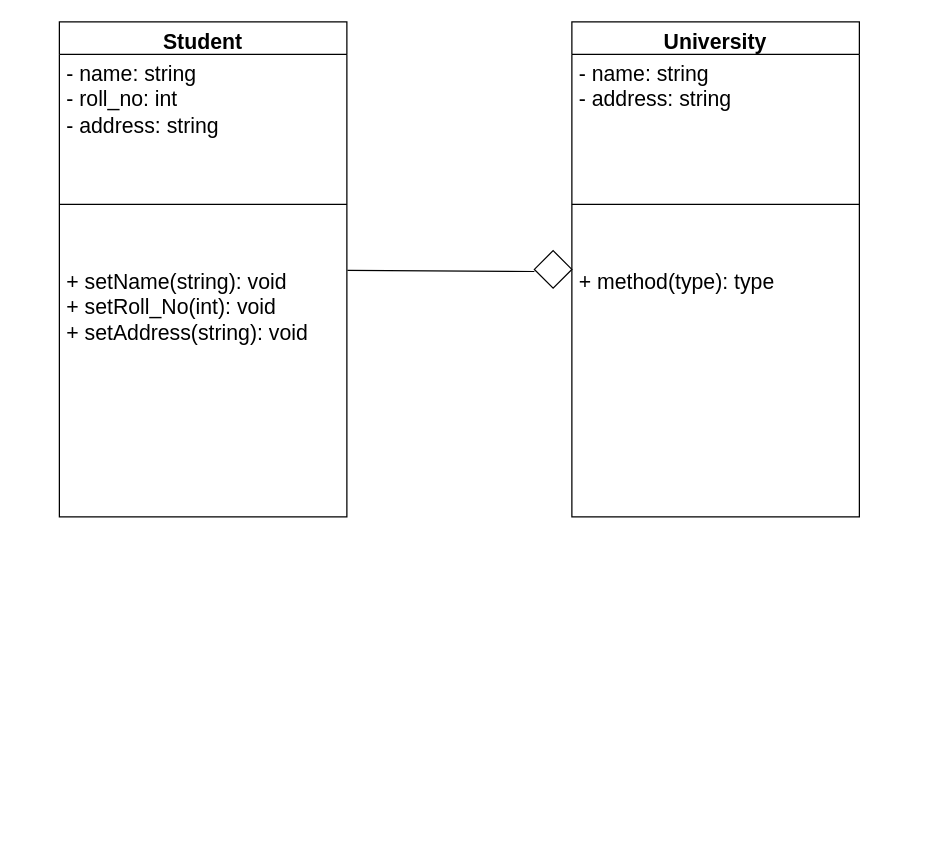
The draw.io diagram umlDiagrams/uml.drawio in ABHINAV1418/uml, before the edit. Source tidied: cells renumbered, new cells numbered last; positions are measured from the earlier drawing's top-left corner, leaving out a move shared by most shapes. Both pictures are drawn from the tidied source at 125%, with x=0, y=0 at pixel (59, 21).
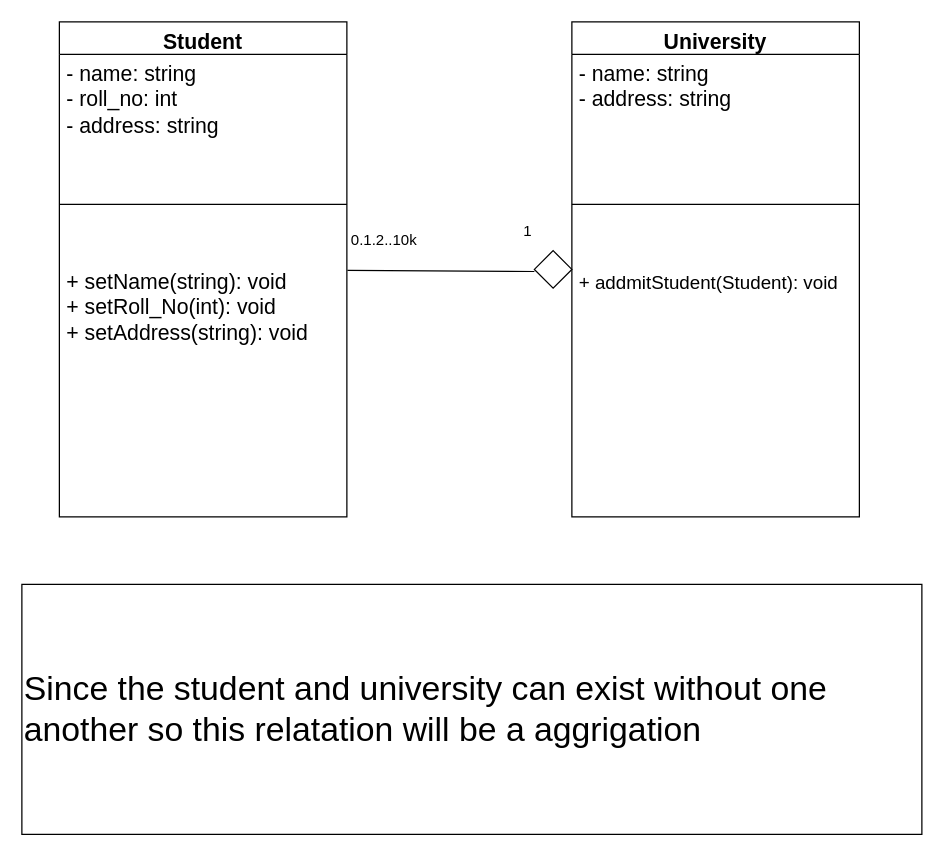
After the change.

Diff of the diagram source:
```diff
@@
 <mxGraphModel>
   <root>
     <mxCell id="0" />
     <mxCell id="1" parent="0" />
     <mxCell id="2" value="Student" style="swimlane;fontStyle=1;align=center;verticalAlign=top;horizontal=1;startSize=26;whiteSpace=wrap;html=1;fontSize=17;" parent="1" vertex="1">
       <mxGeometry width="230" height="396" as="geometry" />
     </mxCell>
     <mxCell id="3" value="- name: string&lt;div&gt;- roll_no: int&lt;/div&gt;&lt;div&gt;- address: string&lt;/div&gt;&lt;div&gt;&lt;br&gt;&lt;/div&gt;" style="text;strokeColor=none;fillColor=none;align=left;verticalAlign=top;spacingLeft=4;spacingRight=4;overflow=hidden;whiteSpace=wrap;html=1;fontSize=17;" parent="2" vertex="1">
       <mxGeometry y="26" width="230" height="74" as="geometry" />
     </mxCell>
     <mxCell id="4" style="line;strokeWidth=1;fillColor=none;align=left;verticalAlign=middle;spacingTop=-1;spacingLeft=3;spacingRight=3;labelPosition=right;strokeColor=inherit;fontSize=17;" parent="2" vertex="1">
       <mxGeometry y="100" width="230" height="92" as="geometry" />
     </mxCell>
     <mxCell id="5" value="+ setName(string): void&lt;div&gt;+ setRoll_No(int): void&lt;/div&gt;&lt;div&gt;+ setAddress(string): void&lt;/div&gt;" style="text;strokeColor=none;fillColor=none;align=left;verticalAlign=top;spacingLeft=4;spacingRight=4;overflow=hidden;points=[[0,0.5],[1,0.5]];portConstraint=eastwest;whiteSpace=wrap;html=1;fontSize=17;" parent="2" vertex="1">
       <mxGeometry y="192" width="230" height="204" as="geometry" />
     </mxCell>
     <mxCell id="6" value="University" style="swimlane;fontStyle=1;align=center;verticalAlign=top;horizontal=1;startSize=26;whiteSpace=wrap;html=1;fontSize=17;" parent="1" vertex="1">
       <mxGeometry x="410" width="230" height="396" as="geometry" />
     </mxCell>
     <mxCell id="7" value="- name: string&lt;div&gt;- address: string&lt;/div&gt;&lt;div&gt;&lt;br&gt;&lt;/div&gt;" style="text;strokeColor=none;fillColor=none;align=left;verticalAlign=top;spacingLeft=4;spacingRight=4;overflow=hidden;whiteSpace=wrap;html=1;fontSize=17;" parent="6" vertex="1">
       <mxGeometry y="26" width="230" height="74" as="geometry" />
     </mxCell>
     <mxCell id="8" style="line;strokeWidth=1;fillColor=none;align=left;verticalAlign=middle;spacingTop=-1;spacingLeft=3;spacingRight=3;labelPosition=right;strokeColor=inherit;fontSize=17;" parent="6" vertex="1">
       <mxGeometry y="100" width="230" height="92" as="geometry" />
     </mxCell>
-    <mxCell id="9" value="+ method(type): type" style="text;strokeColor=none;fillColor=none;align=left;verticalAlign=top;spacingLeft=4;spacingRight=4;overflow=hidden;whiteSpace=wrap;html=1;fontSize=17;" parent="6" vertex="1">
+    <mxCell id="9" value="&lt;font style=&quot;font-size: 15px;&quot;&gt;+ addmitStudent(Student): void&lt;/font&gt;" style="text;strokeColor=none;fillColor=none;align=left;verticalAlign=top;spacingLeft=4;spacingRight=4;overflow=hidden;whiteSpace=wrap;html=1;fontSize=17;" parent="6" vertex="1">
       <mxGeometry y="192" width="230" height="204" as="geometry" />
     </mxCell>
-    <mxCell id="10" style="rhombus;whiteSpace=wrap;html=1;" parent="1" vertex="1">
+    <mxCell id="10" style="rhombus;whiteSpace=wrap;html=1;fillColor=#FFFFFF;" parent="1" vertex="1">
       <mxGeometry x="380" y="183" width="30" height="30" as="geometry" />
     </mxCell>
     <mxCell id="11" style="endArrow=none;html=1;rounded=0;exitX=1.002;exitY=0.033;exitDx=0;exitDy=0;exitPerimeter=0;" parent="1" edge="1" source="5">
       <mxGeometry relative="1" as="geometry">
         <mxPoint x="380" y="199.7" as="targetPoint" />
       </mxGeometry>
     </mxCell>
+    <mxCell id="12" value="&lt;font style=&quot;font-size: 27px;&quot;&gt;Since the student and university can exist without one another so this relatation will be a aggrigation&amp;nbsp;&lt;/font&gt;" style="whiteSpace=wrap;html=1;align=left;fillColor=#FFFFFF;" parent="1" vertex="1">
+      <mxGeometry x="-30" y="450" width="720" height="200" as="geometry" />
+    </mxCell>
+    <mxCell id="13" value="0.1.2..10k" style="text;strokeColor=none;align=center;fillColor=none;html=1;verticalAlign=middle;whiteSpace=wrap;rounded=0;" parent="1" vertex="1">
+      <mxGeometry x="230" y="160" width="60" height="30" as="geometry" />
+    </mxCell>
+    <mxCell id="14" value="1" style="text;strokeColor=none;align=center;fillColor=none;html=1;verticalAlign=middle;whiteSpace=wrap;rounded=0;" parent="1" vertex="1">
+      <mxGeometry x="345" y="153" width="60" height="30" as="geometry" />
+    </mxCell>
   </root>
 </mxGraphModel>
```
